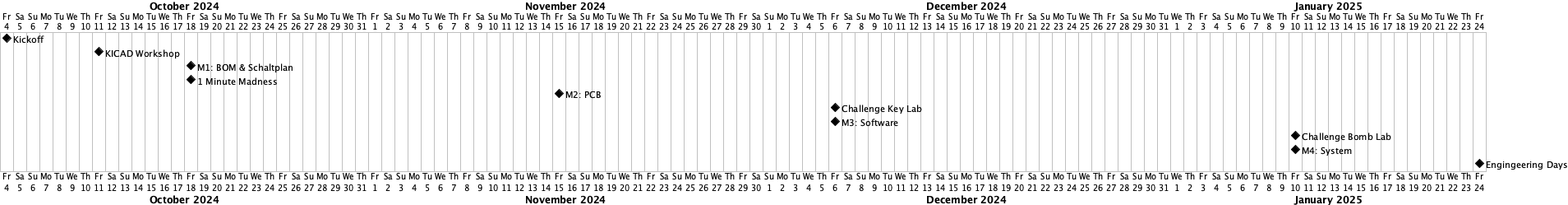
Before: scrum_timeline.png, a diagram exported from PlantUML (Universumgames/knock-knock-esp32).
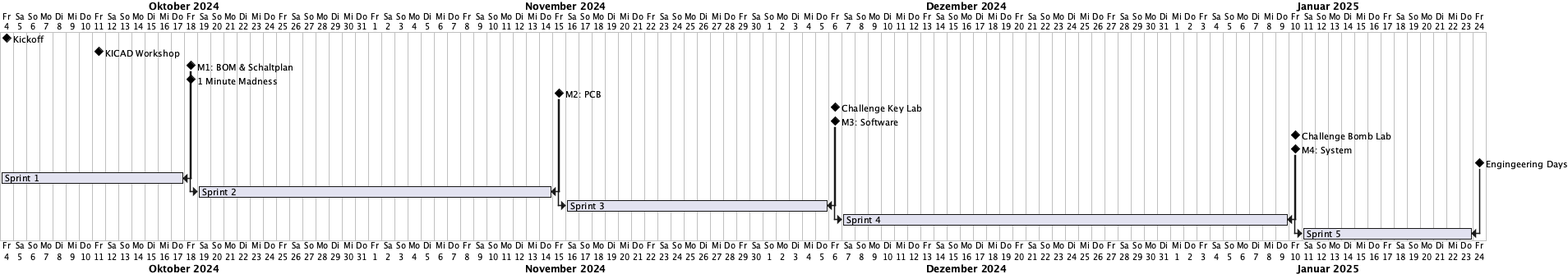
Above is the later version.

Commit message:
update assets and schematic

The edit, as a diff of the source:
```diff
@@ -1,13 +1,21 @@
 @startgantt
+language de
 Project starts 2024-10-04
 [Kickoff] happens at 2024-10-04
 [KICAD Workshop] happens at 2024-10-11
-[M1: BOM & Schaltplan] happens at 2024-10-18
+[M1: BOM & Schaltplan] as [M1] happens at 2024-10-18
 [1 Minute Madness] happens at 2024-10-18
-[M2: PCB] happens at 2024-11-15
+[M2: PCB] as [M2] happens at 2024-11-15
 [Challenge Key Lab] happens at 2024-12-06
-[M3: Software] happens at 2024-12-06
+[M3: Software] as [M3] happens at 2024-12-06
 [Challenge Bomb Lab] happens at 2025-01-10
-[M4: System] happens at 2025-01-10
-[Engingeering Days] happens at 2025-01-24
+[M4: System] as [M4] happens at 2025-01-10
+[Engingeering Days] as [End] happens at 2025-01-24
+
+[Sprint 1] starts at 2024-10-04 and ends at [M1]'s start
+[Sprint 2] starts at [M1]'s end and ends at [M2]'s start
+[Sprint 3] starts at [M2]'s end and ends at [M3]'s start
+[Sprint 4] starts at [M3]'s end and ends at [M4]'s start
+[Sprint 5] starts at [M4]'s end and ends at [End]'s start
+
 @endgantt
```
